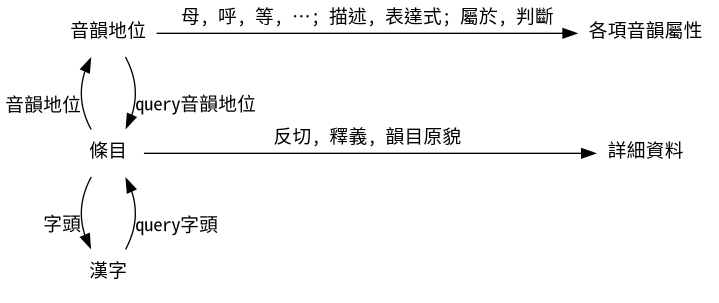
This is demo/qieyun.png from nk2028/tshet-uinh-js, a Graphviz export, as it was before one commit. Its source is kept beside it as demo/qieyun.dot.
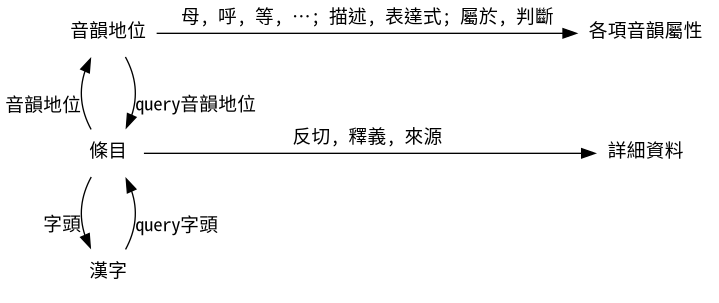
The same file after the commit.

Commit message:
doc: update overview graph

Change to the diagram source:
```diff
@@ -7,7 +7,7 @@
     nodesep=0.375
 
     音韻地位 -> 各項音韻屬性 [label="母, 呼, 等, …; 描述, 表達式; 屬於, 判斷"]
-    條目 -> 詳細資料 [label="反切, 釋義, 韻目原貌"]
+    條目 -> 詳細資料 [label="反切, 釋義, 來源"]
 
     { rank=same 音韻地位 條目 漢字 }
 
```
